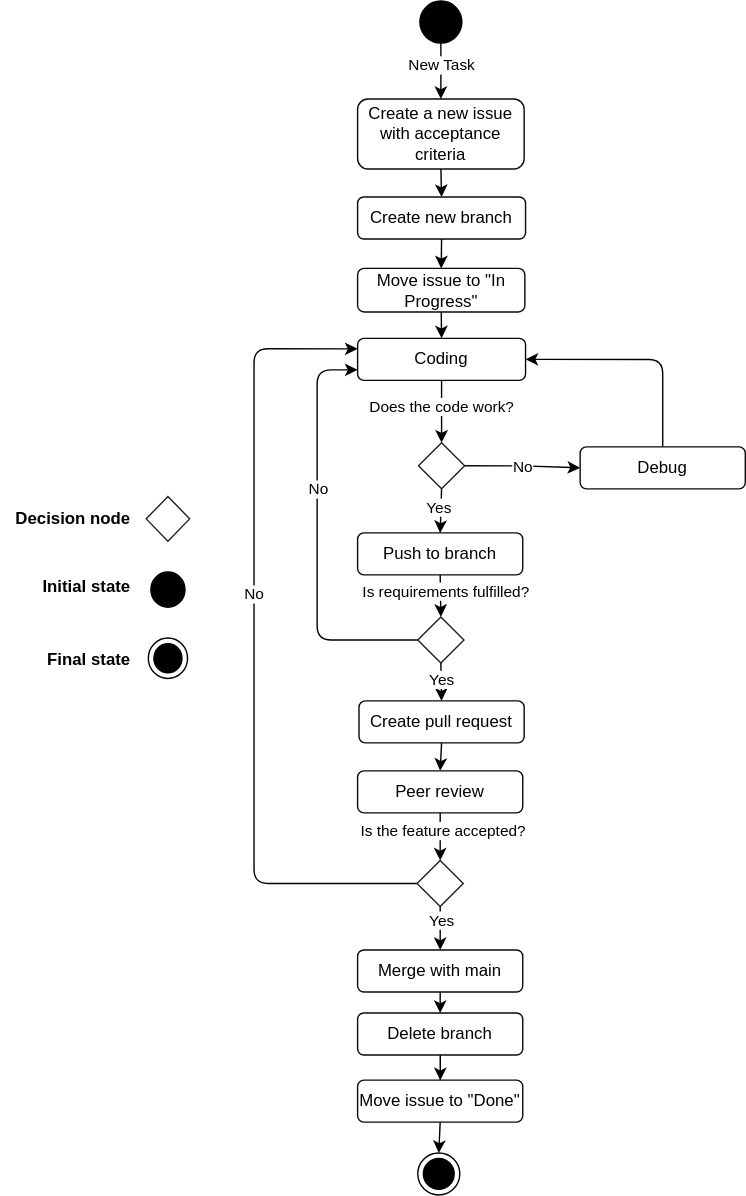
This is docs/Diagrams/TeamworkDiagram.drawio.svg from ITU-BDSA2024-GROUP22/Chirp, a draw.io export, as it was before one commit. Source tidied: cells renumbered, new cells last; positions are measured from the earlier drawing's top-left corner, leaving out a move shared by most shapes.
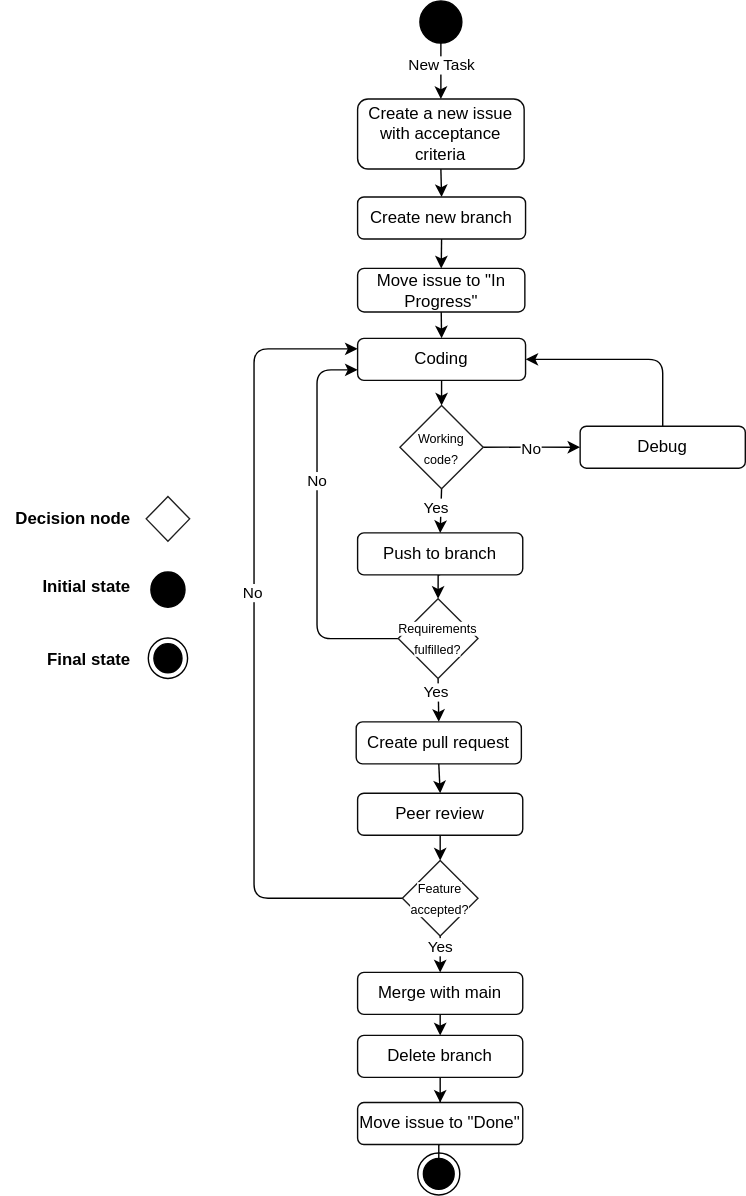
The same diagram one commit later.

The edit, as a diff of the source:
```diff
@@ -31,8 +31,8 @@
     <mxCell id="10" value="Yes" style="edgeLabel;html=1;align=center;verticalAlign=middle;" parent="9" vertex="1">
       <mxGeometry x="-0.15" y="-3" relative="1" as="geometry" />
     </mxCell>
-    <mxCell id="11" style="rhombus;whiteSpace=wrap;html=1;rounded=0;fillColor=#FFFFFF;strokeColor=#1F1F1F;" parent="1" vertex="1">
-      <mxGeometry x="298.5" y="315.5" width="33" height="33" as="geometry" />
+    <mxCell id="11" value="&lt;font style=&quot;font-size: 9px;&quot;&gt;Working code?&lt;/font&gt;" style="rhombus;whiteSpace=wrap;html=1;rounded=0;fillColor=#FFFFFF;strokeColor=#1F1F1F;" parent="1" vertex="1">
+      <mxGeometry x="285.2" y="289" width="59.5" height="59.5" as="geometry" />
     </mxCell>
     <mxCell id="12" style="ellipse;html=1;shape=endState;fillColor=strokeColor;rounded=1;strokeColor=#000000;" parent="1" vertex="1">
       <mxGeometry x="298" y="823" width="30" height="30" as="geometry" />
@@ -52,24 +52,20 @@
     <mxCell id="17" value="Coding" style="rounded=1;whiteSpace=wrap;html=1;fillColor=#FFFFFF;gradientColor=none;strokeColor=#0A0A0A;" parent="1" vertex="1">
       <mxGeometry x="255" y="241" width="120" height="30" as="geometry" />
     </mxCell>
-    <mxCell id="18" style="edgeStyle=orthogonalEdgeStyle;rounded=0;jettySize=auto;html=1;exitX=0.5;exitY=1;exitDx=0;exitDy=0;" parent="1" edge="1" source="17" target="11">
-      <mxGeometry relative="1" as="geometry" />
+    <mxCell id="18" style="edgeStyle=orthogonalEdgeStyle;rounded=0;jettySize=auto;html=1;exitX=0.5;exitY=1;exitDx=0;exitDy=0;" parent="1" edge="1" source="17">
+      <mxGeometry relative="1" as="geometry">
+        <mxPoint x="315" y="289" as="targetPoint" />
+      </mxGeometry>
     </mxCell>
-    <mxCell id="19" value="Does the code work?" style="edgeLabel;html=1;align=center;verticalAlign=middle;" parent="18" vertex="1">
-      <mxGeometry x="-0.18" y="-1" relative="1" as="geometry" />
-    </mxCell>
     <mxCell id="20" style="edgeStyle=orthogonalEdgeStyle;rounded=1;jettySize=auto;html=1;exitX=0.5;exitY=0;exitDx=0;exitDy=0;entryX=1;entryY=0.5;entryDx=0;entryDy=0;curved=0;" parent="1" edge="1" source="21" target="17">
       <mxGeometry relative="1" as="geometry" />
     </mxCell>
     <mxCell id="21" value="Debug" style="rounded=1;whiteSpace=wrap;html=1;fillColor=#FFFFFF;gradientColor=none;strokeColor=#0A0A0A;" parent="1" vertex="1">
-      <mxGeometry x="414" y="318.5" width="118" height="30" as="geometry" />
+      <mxGeometry x="414" y="303.8" width="118" height="30" as="geometry" />
     </mxCell>
     <mxCell id="22" style="edgeStyle=orthogonalEdgeStyle;rounded=0;jettySize=auto;html=1;exitX=0.5;exitY=1;exitDx=0;exitDy=0;entryX=0.5;entryY=0;entryDx=0;entryDy=0;" parent="1" edge="1" source="24" target="29">
       <mxGeometry relative="1" as="geometry" />
     </mxCell>
-    <mxCell id="23" value="Is requirements fulfilled?" style="edgeLabel;html=1;align=center;verticalAlign=middle;" parent="22" vertex="1">
-      <mxGeometry x="-0.24" y="3" relative="1" as="geometry" />
-    </mxCell>
     <mxCell id="24" value="Push to branch" style="rounded=1;whiteSpace=wrap;html=1;fillColor=#FFFFFF;gradientColor=none;strokeColor=#0A0A0A;" parent="1" vertex="1">
       <mxGeometry x="255" y="380" width="118" height="30" as="geometry" />
     </mxCell>
@@ -77,43 +73,40 @@
       <mxGeometry relative="1" as="geometry" />
     </mxCell>
     <mxCell id="26" value="Yes" style="edgeLabel;html=1;align=center;verticalAlign=middle;" parent="25" vertex="1">
-      <mxGeometry x="-0.21" y="-1" relative="1" as="geometry" />
+      <mxGeometry x="-0.21" y="-1" relative="1" as="geometry">
+        <mxPoint x="-1" y="-3" as="offset" />
+      </mxGeometry>
     </mxCell>
     <mxCell id="27" style="edgeStyle=orthogonalEdgeStyle;rounded=1;jettySize=auto;html=1;exitX=0;exitY=0.5;exitDx=0;exitDy=0;entryX=0;entryY=0.75;entryDx=0;entryDy=0;curved=0;" parent="1" edge="1" source="29" target="17">
       <mxGeometry relative="1" as="geometry">
         <Array as="points">
-          <mxPoint x="226" y="457" />
-          <mxPoint x="226" y="263" />
+          <mxPoint x="226" y="456" />
+          <mxPoint x="226" y="264" />
         </Array>
       </mxGeometry>
     </mxCell>
     <mxCell id="28" value="No" style="edgeLabel;html=1;align=center;verticalAlign=middle;" parent="27" vertex="1">
       <mxGeometry x="0.22" relative="1" as="geometry" />
     </mxCell>
-    <mxCell id="29" style="rhombus;whiteSpace=wrap;html=1;rounded=0;fillColor=#FFFFFF;strokeColor=#1F1F1F;" parent="1" vertex="1">
-      <mxGeometry x="298" y="440" width="33" height="33" as="geometry" />
+    <mxCell id="29" value="&lt;font style=&quot;font-size: 9px; background-color: rgb(255, 255, 255);&quot;&gt;Requirements fulfilled?&lt;/font&gt;" style="rhombus;whiteSpace=wrap;html=1;rounded=0;fillColor=#FFFFFF;strokeColor=#1F1F1F;" parent="1" vertex="1">
+      <mxGeometry x="284" y="427" width="57" height="57" as="geometry" />
     </mxCell>
     <mxCell id="30" style="edgeStyle=orthogonalEdgeStyle;rounded=0;jettySize=auto;html=1;exitX=0.5;exitY=1;exitDx=0;exitDy=0;entryX=0.5;entryY=0;entryDx=0;entryDy=0;" parent="1" edge="1" source="31" target="34">
       <mxGeometry relative="1" as="geometry" />
     </mxCell>
     <mxCell id="31" value="Create pull request" style="rounded=1;whiteSpace=wrap;html=1;fillColor=#FFFFFF;gradientColor=none;strokeColor=#0A0A0A;" parent="1" vertex="1">
-      <mxGeometry x="256" y="500" width="118" height="30" as="geometry" />
+      <mxGeometry x="254" y="515" width="118" height="30" as="geometry" />
     </mxCell>
     <mxCell id="32" style="edgeStyle=orthogonalEdgeStyle;rounded=0;jettySize=auto;html=1;exitX=0.5;exitY=1;exitDx=0;exitDy=0;entryX=0.5;entryY=0;entryDx=0;entryDy=0;" parent="1" edge="1" source="34" target="39">
       <mxGeometry relative="1" as="geometry" />
     </mxCell>
-    <mxCell id="33" value="Is the feature accepted?" style="edgeLabel;html=1;align=center;verticalAlign=middle;" parent="32" vertex="1">
-      <mxGeometry x="-0.42" y="-1" relative="1" as="geometry">
-        <mxPoint x="2" y="3" as="offset" />
-      </mxGeometry>
-    </mxCell>
     <mxCell id="34" value="Peer review" style="rounded=1;whiteSpace=wrap;html=1;fillColor=#FFFFFF;gradientColor=none;strokeColor=#0A0A0A;" parent="1" vertex="1">
-      <mxGeometry x="255" y="550" width="118" height="30" as="geometry" />
+      <mxGeometry x="255" y="566" width="118" height="30" as="geometry" />
     </mxCell>
     <mxCell id="35" style="edgeStyle=orthogonalEdgeStyle;rounded=1;jettySize=auto;html=1;exitX=0;exitY=0.5;exitDx=0;exitDy=0;entryX=0;entryY=0.25;entryDx=0;entryDy=0;curved=0;" parent="1" edge="1" source="39" target="17">
       <mxGeometry relative="1" as="geometry">
         <Array as="points">
-          <mxPoint x="181" y="631" />
+          <mxPoint x="181" y="641" />
           <mxPoint x="181" y="249" />
         </Array>
       </mxGeometry>
@@ -129,26 +122,28 @@
     <mxCell id="38" value="Yes" style="edgeLabel;html=1;align=center;verticalAlign=middle;" parent="37" vertex="1">
       <mxGeometry x="-0.45" relative="1" as="geometry" />
     </mxCell>
-    <mxCell id="39" style="rhombus;whiteSpace=wrap;html=1;rounded=0;fillColor=#FFFFFF;strokeColor=#1F1F1F;" parent="1" vertex="1">
-      <mxGeometry x="297.5" y="614" width="33" height="33" as="geometry" />
+    <mxCell id="39" value="&lt;font style=&quot;font-size: 9px; background-color: rgb(255, 255, 255);&quot;&gt;Feature accepted?&lt;/font&gt;" style="rhombus;whiteSpace=wrap;html=1;rounded=0;fillColor=#FFFFFF;strokeColor=#1F1F1F;" parent="1" vertex="1">
+      <mxGeometry x="287" y="614" width="54" height="54" as="geometry" />
     </mxCell>
     <mxCell id="40" style="edgeStyle=orthogonalEdgeStyle;rounded=0;jettySize=auto;html=1;exitX=0.5;exitY=1;exitDx=0;exitDy=0;entryX=0.5;entryY=0;entryDx=0;entryDy=0;" parent="1" edge="1" source="41" target="43">
       <mxGeometry relative="1" as="geometry" />
     </mxCell>
     <mxCell id="41" value="Merge with main" style="rounded=1;whiteSpace=wrap;html=1;fillColor=#FFFFFF;gradientColor=none;strokeColor=#0A0A0A;" parent="1" vertex="1">
-      <mxGeometry x="255" y="678" width="118" height="30" as="geometry" />
+      <mxGeometry x="255" y="694" width="118" height="30" as="geometry" />
     </mxCell>
     <mxCell id="42" style="edgeStyle=orthogonalEdgeStyle;rounded=0;jettySize=auto;html=1;exitX=0.5;exitY=1;exitDx=0;exitDy=0;" parent="1" edge="1" source="43" target="45">
       <mxGeometry relative="1" as="geometry" />
     </mxCell>
     <mxCell id="43" value="Delete branch" style="rounded=1;whiteSpace=wrap;html=1;fillColor=#FFFFFF;gradientColor=none;strokeColor=#0A0A0A;" parent="1" vertex="1">
-      <mxGeometry x="255" y="723" width="118" height="30" as="geometry" />
+      <mxGeometry x="255" y="739" width="118" height="30" as="geometry" />
     </mxCell>
-    <mxCell id="44" style="edgeStyle=orthogonalEdgeStyle;rounded=0;jettySize=auto;html=1;exitX=0.5;exitY=1;exitDx=0;exitDy=0;entryX=0.5;entryY=0;entryDx=0;entryDy=0;" parent="1" edge="1" source="45" target="12">
-      <mxGeometry relative="1" as="geometry" />
+    <mxCell id="44" style="edgeStyle=orthogonalEdgeStyle;rounded=0;jettySize=auto;html=1;exitX=0.5;exitY=1;exitDx=0;exitDy=0;entryX=0.5;entryY=0;entryDx=0;entryDy=0;" parent="1" edge="1" source="45">
+      <mxGeometry relative="1" as="geometry">
+        <mxPoint x="313" y="839" as="targetPoint" />
+      </mxGeometry>
     </mxCell>
     <mxCell id="45" value="Move issue to &quot;Done&quot;" style="rounded=1;whiteSpace=wrap;html=1;fillColor=#FFFFFF;gradientColor=none;strokeColor=#0A0A0A;" parent="1" vertex="1">
-      <mxGeometry x="255" y="771" width="118" height="30" as="geometry" />
+      <mxGeometry x="255" y="787" width="118" height="30" as="geometry" />
     </mxCell>
     <mxCell id="46" style="group;" parent="1" vertex="1">
       <mxGeometry y="354" width="135" height="130" as="geometry" />
```
